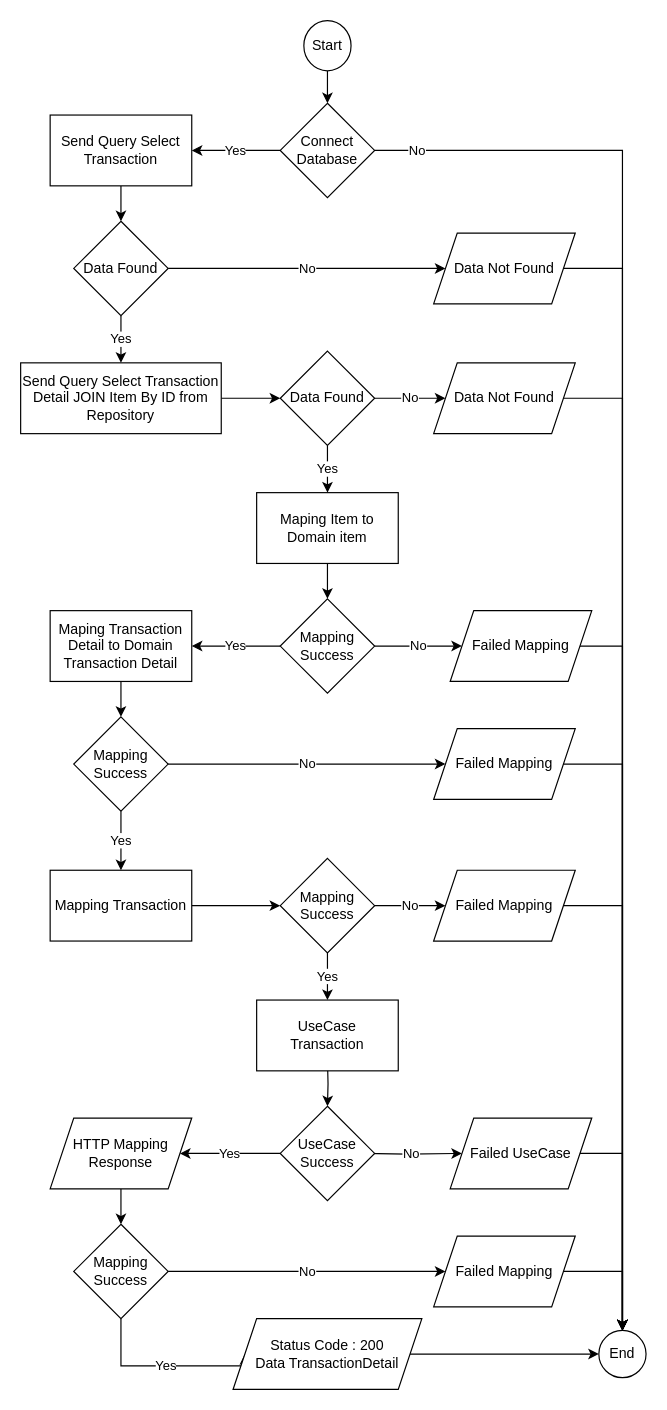
YogiTan00/Game-Store-Final-Project-SALT keeps this draw.io diagram as project/docs/transaction/transaction-get-flow.drawio. Above is the earlier version. Source tidied: cells renumbered, new cells numbered last; positions are measured from the earlier drawing's top-left corner, leaving out a move shared by most shapes. Both pictures are drawn from the tidied source at 118%, with x=0, y=0 at pixel (20, 20).
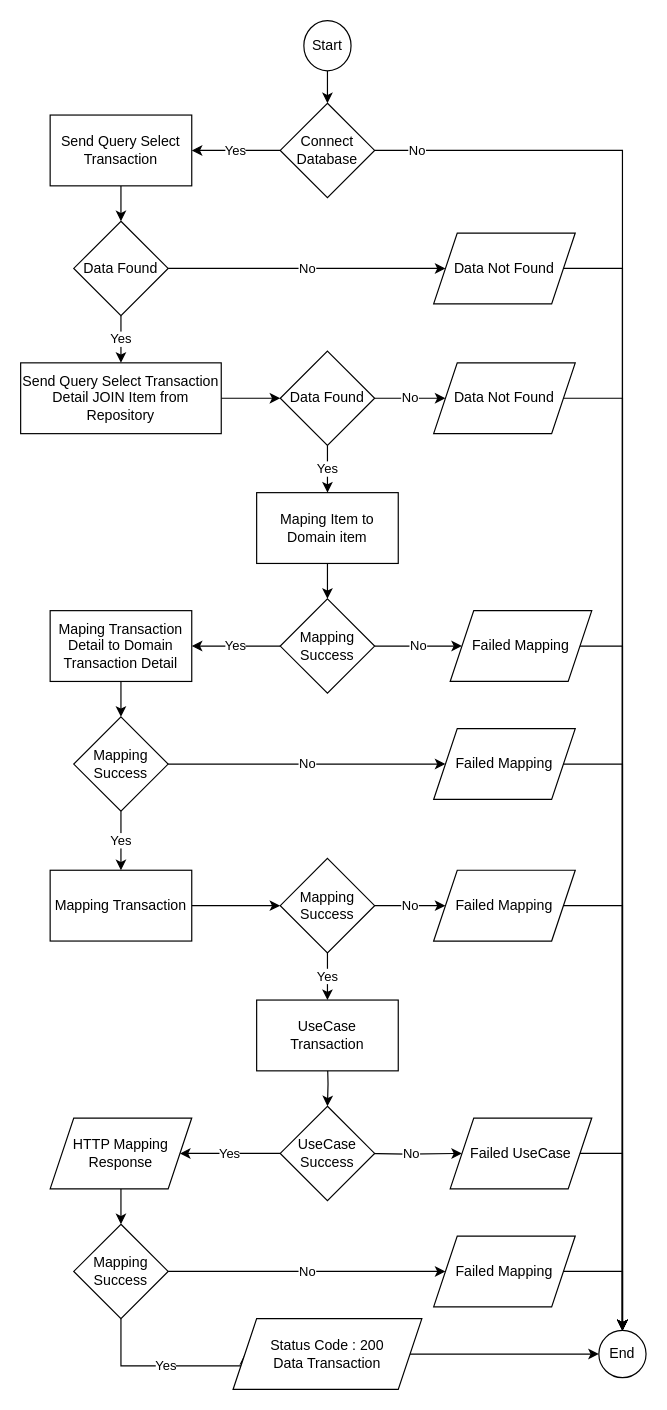
The same diagram, later.

Diff of the diagram source:
```diff
@@
-    <mxCell id="8" value="Send Query Select Transaction Detail JOIN Item By ID from Repository" style="whiteSpace=wrap;html=1;" parent="1" vertex="1">
+    <mxCell id="8" value="Send Query Select Transaction Detail JOIN Item from Repository" style="whiteSpace=wrap;html=1;" parent="1" vertex="1">
       <mxGeometry y="290" width="170" height="60" as="geometry" />
     </mxCell>
@@
-    <mxCell id="22" value="Status Code : 200&lt;br&gt;Data TransactionDetail" style="shape=parallelogram;perimeter=parallelogramPerimeter;whiteSpace=wrap;html=1;fixedSize=1;" parent="1" vertex="1">
+    <mxCell id="22" value="Status Code : 200&lt;br&gt;Data Transaction" style="shape=parallelogram;perimeter=parallelogramPerimeter;whiteSpace=wrap;html=1;fixedSize=1;" parent="1" vertex="1">
       <mxGeometry x="180" y="1100" width="160" height="60" as="geometry" />
     </mxCell>
```
